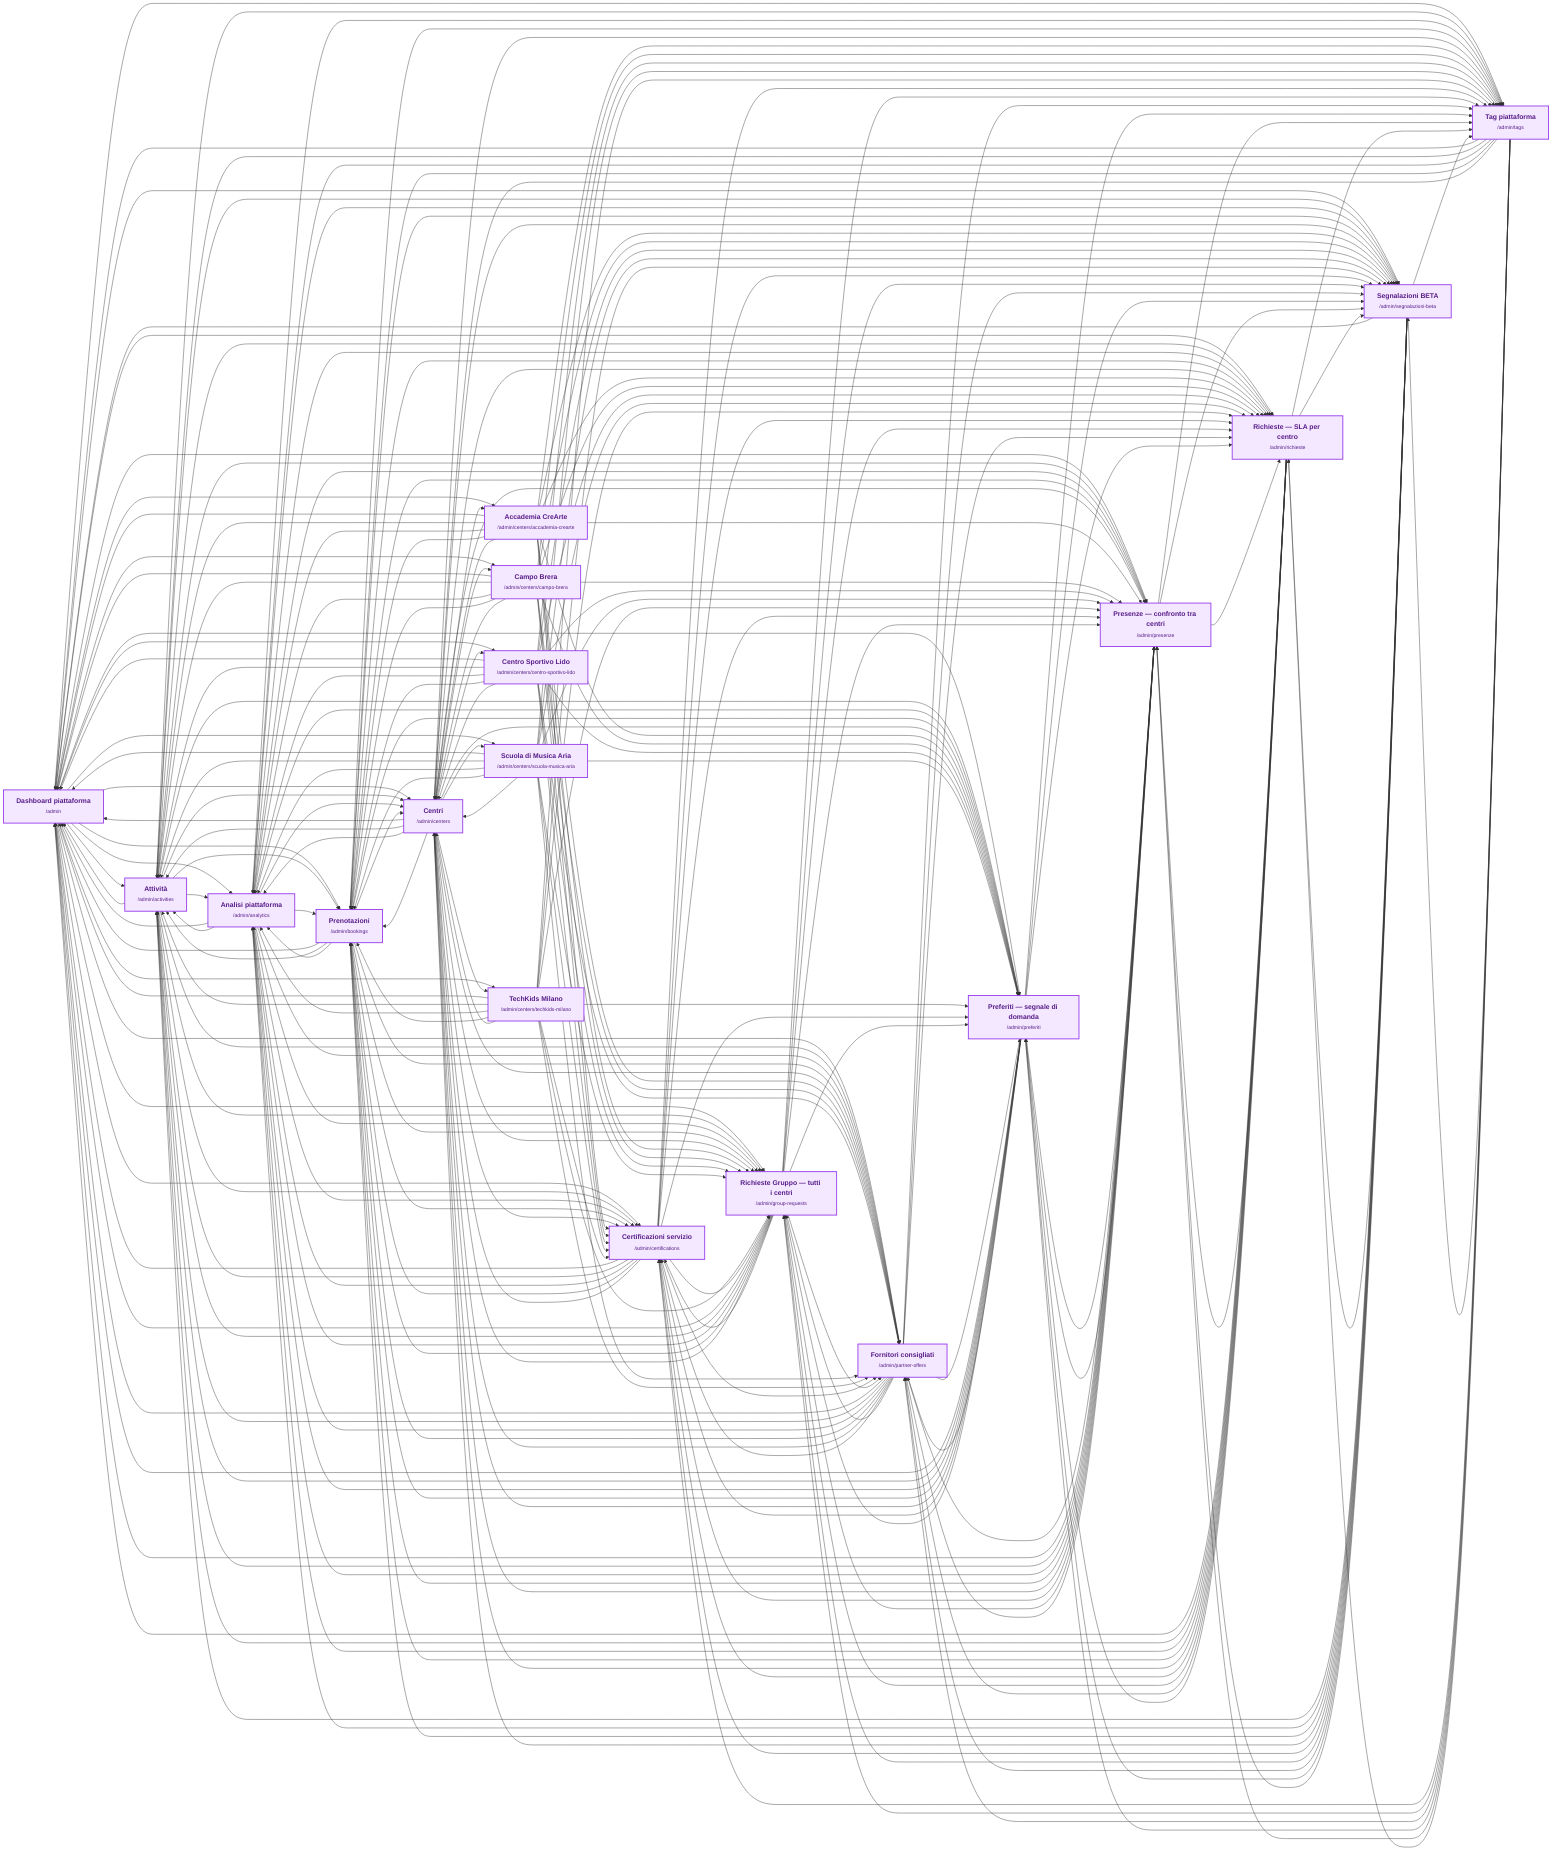
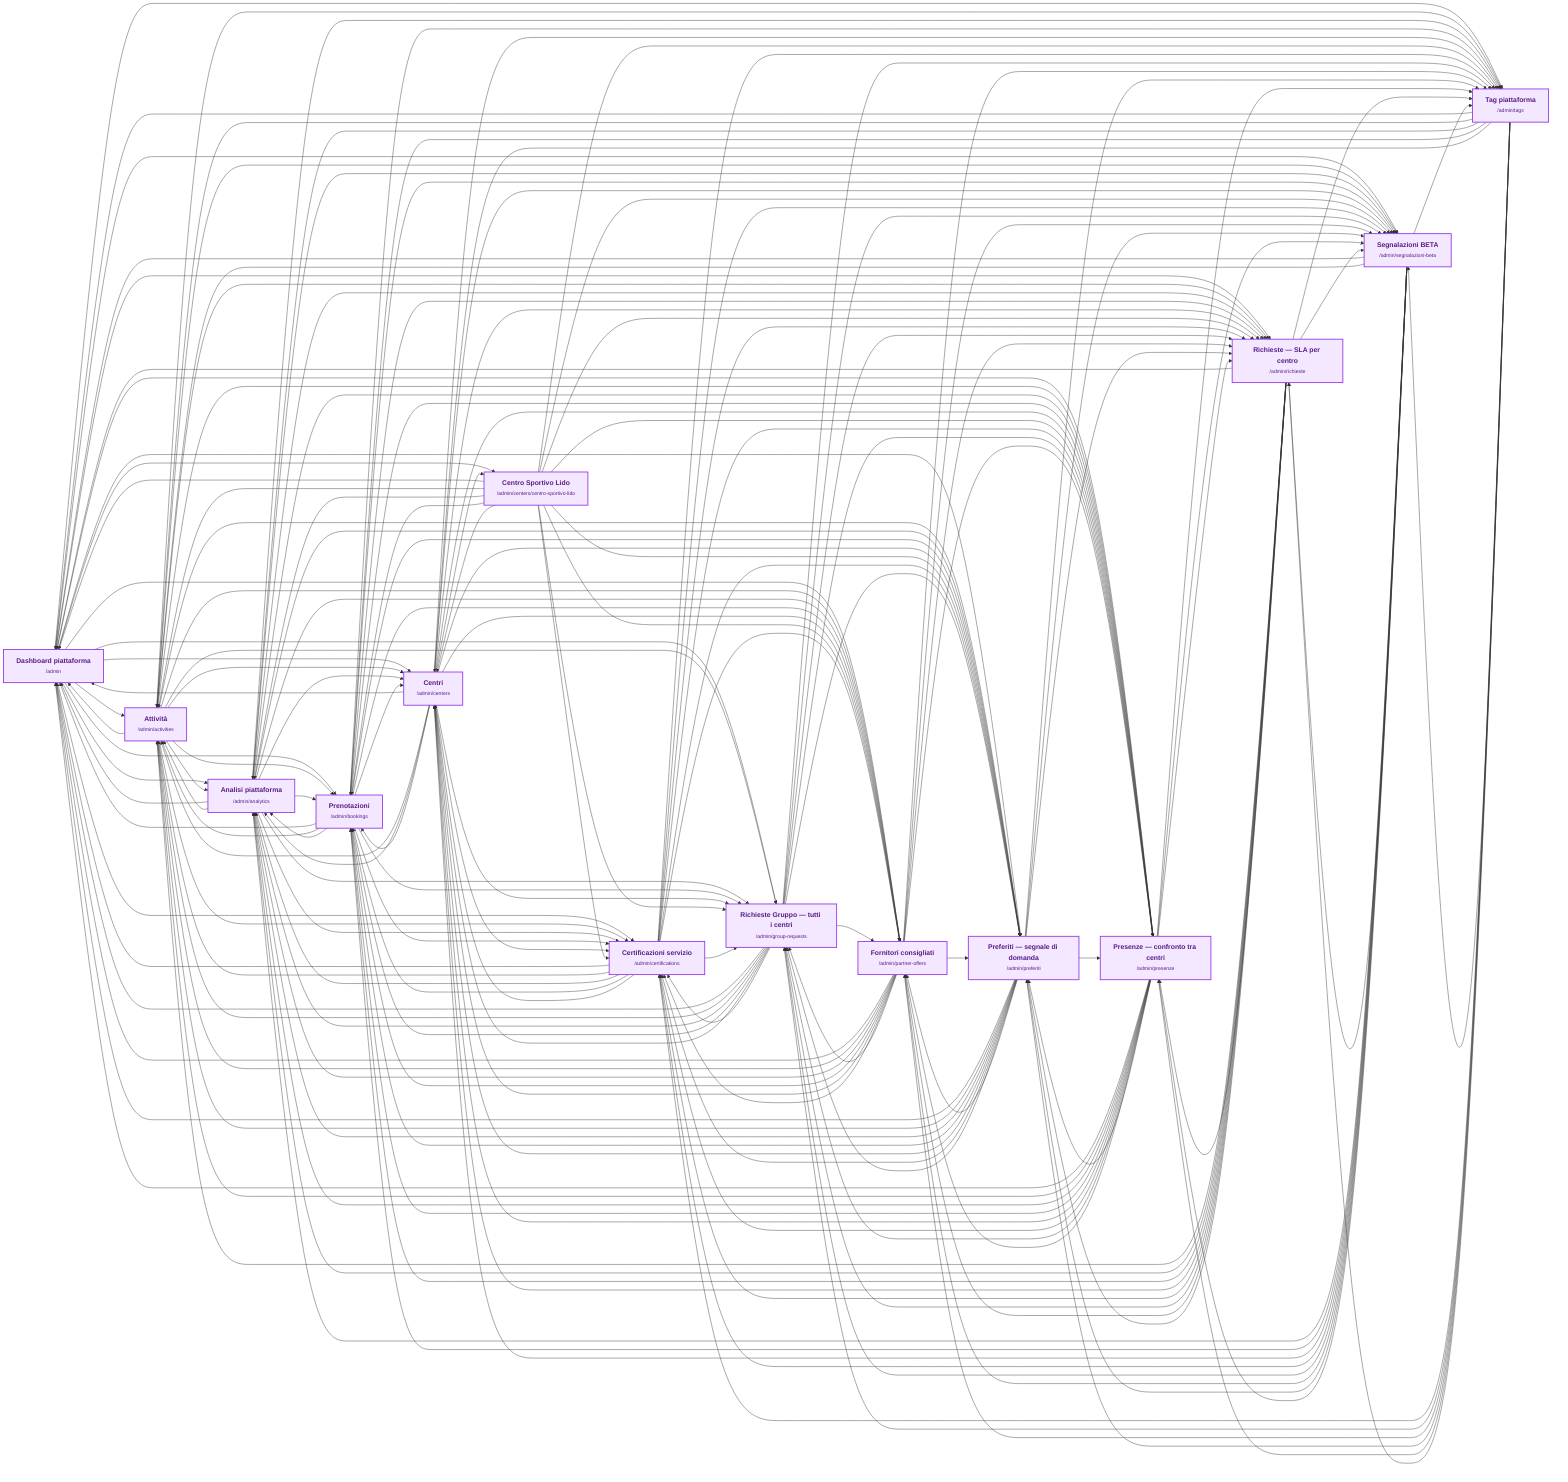
flowchart LR
  N0["<b>Dashboard piattaforma</b><br/><span style='font-size:12px'>/admin</span>"]:::admin
  N1["<b>Attività</b><br/><span style='font-size:12px'>/admin/activities</span>"]:::admin
  N2["<b>Analisi piattaforma</b><br/><span style='font-size:12px'>/admin/analytics</span>"]:::admin
  N3["<b>Prenotazioni</b><br/><span style='font-size:12px'>/admin/bookings</span>"]:::admin
  N4["<b>Centri</b><br/><span style='font-size:12px'>/admin/centers</span>"]:::admin
-   N5["<b>Accademia CreArte</b><br/><span style='font-size:12px'>/admin/centers/accademia-crearte</span>"]:::admin
-   N6["<b>Campo Brera</b><br/><span style='font-size:12px'>/admin/centers/campo-brera</span>"]:::admin
-   N7["<b>Centro Sportivo Lido</b><br/><span style='font-size:12px'>/admin/centers/centro-sportivo-lido</span>"]:::admin
-   N8["<b>Scuola di Musica Aria</b><br/><span style='font-size:12px'>/admin/centers/scuola-musica-aria</span>"]:::admin
-   N9["<b>TechKids Milano</b><br/><span style='font-size:12px'>/admin/centers/techkids-milano</span>"]:::admin
-   N10["<b>Certificazioni servizio</b><br/><span style='font-size:12px'>/admin/certifications</span>"]:::admin
-   N11["<b>Richieste Gruppo — tutti i centri</b><br/><span style='font-size:12px'>/admin/group-requests</span>"]:::admin
-   N12["<b>Fornitori consigliati</b><br/><span style='font-size:12px'>/admin/partner-offers</span>"]:::admin
-   N13["<b>Preferiti — segnale di domanda</b><br/><span style='font-size:12px'>/admin/preferiti</span>"]:::admin
-   N14["<b>Presenze — confronto tra centri</b><br/><span style='font-size:12px'>/admin/presenze</span>"]:::admin
-   N15["<b>Richieste — SLA per centro</b><br/><span style='font-size:12px'>/admin/richieste</span>"]:::admin
-   N16["<b>Segnalazioni BETA</b><br/><span style='font-size:12px'>/admin/segnalazioni-beta</span>"]:::admin
-   N17["<b>Tag piattaforma</b><br/><span style='font-size:12px'>/admin/tags</span>"]:::admin
+   N5["<b>Centro Sportivo Lido</b><br/><span style='font-size:12px'>/admin/centers/centro-sportivo-lido</span>"]:::admin
+   N6["<b>Certificazioni servizio</b><br/><span style='font-size:12px'>/admin/certifications</span>"]:::admin
+   N7["<b>Richieste Gruppo — tutti i centri</b><br/><span style='font-size:12px'>/admin/group-requests</span>"]:::admin
+   N8["<b>Fornitori consigliati</b><br/><span style='font-size:12px'>/admin/partner-offers</span>"]:::admin
+   N9["<b>Preferiti — segnale di domanda</b><br/><span style='font-size:12px'>/admin/preferiti</span>"]:::admin
+   N10["<b>Presenze — confronto tra centri</b><br/><span style='font-size:12px'>/admin/presenze</span>"]:::admin
+   N11["<b>Richieste — SLA per centro</b><br/><span style='font-size:12px'>/admin/richieste</span>"]:::admin
+   N12["<b>Segnalazioni BETA</b><br/><span style='font-size:12px'>/admin/segnalazioni-beta</span>"]:::admin
+   N13["<b>Tag piattaforma</b><br/><span style='font-size:12px'>/admin/tags</span>"]:::admin
  N0 --> N1
  N0 --> N2
  N0 --> N3
  N0 --> N4
  N0 --> N5
  N0 --> N6
  N0 --> N7
  N0 --> N8
  N0 --> N9
  N0 --> N10
  N0 --> N11
  N0 --> N12
  N0 --> N13
-   N0 --> N14
-   N0 --> N15
-   N0 --> N16
-   N0 --> N17
  N1 --> N0
  N1 --> N2
  N1 --> N3
  N1 --> N4
+   N1 --> N6
+   N1 --> N7
+   N1 --> N8
+   N1 --> N9
  N1 --> N10
  N1 --> N11
  N1 --> N12
  N1 --> N13
-   N1 --> N14
-   N1 --> N15
-   N1 --> N16
-   N1 --> N17
  N2 --> N0
  N2 --> N1
  N2 --> N3
  N2 --> N4
+   N2 --> N6
+   N2 --> N7
+   N2 --> N8
+   N2 --> N9
  N2 --> N10
  N2 --> N11
  N2 --> N12
  N2 --> N13
-   N2 --> N14
-   N2 --> N15
-   N2 --> N16
-   N2 --> N17
  N3 --> N0
  N3 --> N1
  N3 --> N2
  N3 --> N4
+   N3 --> N6
+   N3 --> N7
+   N3 --> N8
+   N3 --> N9
  N3 --> N10
  N3 --> N11
  N3 --> N12
  N3 --> N13
-   N3 --> N14
-   N3 --> N15
-   N3 --> N16
-   N3 --> N17
  N4 --> N0
  N4 --> N1
  N4 --> N2
  N4 --> N3
  N4 --> N5
  N4 --> N6
  N4 --> N7
  N4 --> N8
  N4 --> N9
  N4 --> N10
  N4 --> N11
  N4 --> N12
  N4 --> N13
-   N4 --> N14
-   N4 --> N15
-   N4 --> N16
-   N4 --> N17
  N5 --> N0
  N5 --> N1
  N5 --> N2
  N5 --> N3
  N5 --> N4
+   N5 --> N6
+   N5 --> N7
+   N5 --> N8
+   N5 --> N9
  N5 --> N10
  N5 --> N11
  N5 --> N12
  N5 --> N13
-   N5 --> N14
-   N5 --> N15
-   N5 --> N16
-   N5 --> N17
  N6 --> N0
  N6 --> N1
  N6 --> N2
  N6 --> N3
  N6 --> N4
+   N6 --> N7
+   N6 --> N8
+   N6 --> N9
  N6 --> N10
  N6 --> N11
  N6 --> N12
  N6 --> N13
-   N6 --> N14
-   N6 --> N15
-   N6 --> N16
-   N6 --> N17
  N7 --> N0
  N7 --> N1
  N7 --> N2
  N7 --> N3
  N7 --> N4
+   N7 --> N6
+   N7 --> N8
+   N7 --> N9
  N7 --> N10
  N7 --> N11
  N7 --> N12
  N7 --> N13
-   N7 --> N14
-   N7 --> N15
-   N7 --> N16
-   N7 --> N17
  N8 --> N0
  N8 --> N1
  N8 --> N2
  N8 --> N3
  N8 --> N4
+   N8 --> N6
+   N8 --> N7
+   N8 --> N9
  N8 --> N10
  N8 --> N11
  N8 --> N12
  N8 --> N13
-   N8 --> N14
-   N8 --> N15
-   N8 --> N16
-   N8 --> N17
  N9 --> N0
  N9 --> N1
  N9 --> N2
  N9 --> N3
  N9 --> N4
+   N9 --> N6
+   N9 --> N7
+   N9 --> N8
  N9 --> N10
  N9 --> N11
  N9 --> N12
  N9 --> N13
-   N9 --> N14
-   N9 --> N15
-   N9 --> N16
-   N9 --> N17
  N10 --> N0
  N10 --> N1
  N10 --> N2
  N10 --> N3
  N10 --> N4
+   N10 --> N6
+   N10 --> N7
+   N10 --> N8
+   N10 --> N9
  N10 --> N11
  N10 --> N12
  N10 --> N13
-   N10 --> N14
-   N10 --> N15
-   N10 --> N16
-   N10 --> N17
  N11 --> N0
  N11 --> N1
  N11 --> N2
  N11 --> N3
  N11 --> N4
+   N11 --> N6
+   N11 --> N7
+   N11 --> N8
+   N11 --> N9
  N11 --> N10
  N11 --> N12
  N11 --> N13
-   N11 --> N14
-   N11 --> N15
-   N11 --> N16
-   N11 --> N17
  N12 --> N0
  N12 --> N1
  N12 --> N2
  N12 --> N3
  N12 --> N4
+   N12 --> N6
+   N12 --> N7
+   N12 --> N8
+   N12 --> N9
  N12 --> N10
  N12 --> N11
  N12 --> N13
-   N12 --> N14
-   N12 --> N15
-   N12 --> N16
-   N12 --> N17
  N13 --> N0
  N13 --> N1
  N13 --> N2
  N13 --> N3
  N13 --> N4
+   N13 --> N6
+   N13 --> N7
+   N13 --> N8
+   N13 --> N9
  N13 --> N10
  N13 --> N11
  N13 --> N12
-   N13 --> N14
-   N13 --> N15
-   N13 --> N16
-   N13 --> N17
-   N14 --> N0
-   N14 --> N1
-   N14 --> N2
-   N14 --> N3
-   N14 --> N4
-   N14 --> N10
-   N14 --> N11
-   N14 --> N12
-   N14 --> N13
-   N14 --> N15
-   N14 --> N16
-   N14 --> N17
-   N15 --> N0
-   N15 --> N1
-   N15 --> N2
-   N15 --> N3
-   N15 --> N4
-   N15 --> N10
-   N15 --> N11
-   N15 --> N12
-   N15 --> N13
-   N15 --> N14
-   N15 --> N16
-   N15 --> N17
-   N16 --> N0
-   N16 --> N1
-   N16 --> N2
-   N16 --> N3
-   N16 --> N4
-   N16 --> N10
-   N16 --> N11
-   N16 --> N12
-   N16 --> N13
-   N16 --> N14
-   N16 --> N15
-   N16 --> N17
-   N17 --> N0
-   N17 --> N1
-   N17 --> N2
-   N17 --> N3
-   N17 --> N4
-   N17 --> N10
-   N17 --> N11
-   N17 --> N12
-   N17 --> N13
-   N17 --> N14
-   N17 --> N15
-   N17 --> N16
  click N0 "https://buddykids-app.vercel.app/admin" "Apri pagina" _blank
  click N1 "https://buddykids-app.vercel.app/admin/activities" "Apri pagina" _blank
  click N2 "https://buddykids-app.vercel.app/admin/analytics" "Apri pagina" _blank
  click N3 "https://buddykids-app.vercel.app/admin/bookings" "Apri pagina" _blank
  click N4 "https://buddykids-app.vercel.app/admin/centers" "Apri pagina" _blank
-   click N5 "https://buddykids-app.vercel.app/admin/centers/accademia-crearte" "Apri pagina" _blank
-   click N6 "https://buddykids-app.vercel.app/admin/centers/campo-brera" "Apri pagina" _blank
-   click N7 "https://buddykids-app.vercel.app/admin/centers/centro-sportivo-lido" "Apri pagina" _blank
-   click N8 "https://buddykids-app.vercel.app/admin/centers/scuola-musica-aria" "Apri pagina" _blank
-   click N9 "https://buddykids-app.vercel.app/admin/centers/techkids-milano" "Apri pagina" _blank
-   click N10 "https://buddykids-app.vercel.app/admin/certifications" "Apri pagina" _blank
-   click N11 "https://buddykids-app.vercel.app/admin/group-requests" "Apri pagina" _blank
-   click N12 "https://buddykids-app.vercel.app/admin/partner-offers" "Apri pagina" _blank
-   click N13 "https://buddykids-app.vercel.app/admin/preferiti" "Apri pagina" _blank
-   click N14 "https://buddykids-app.vercel.app/admin/presenze" "Apri pagina" _blank
-   click N15 "https://buddykids-app.vercel.app/admin/richieste" "Apri pagina" _blank
-   click N16 "https://buddykids-app.vercel.app/admin/segnalazioni-beta" "Apri pagina" _blank
-   click N17 "https://buddykids-app.vercel.app/admin/tags" "Apri pagina" _blank
+   click N5 "https://buddykids-app.vercel.app/admin/centers/centro-sportivo-lido" "Apri pagina" _blank
+   click N6 "https://buddykids-app.vercel.app/admin/certifications" "Apri pagina" _blank
+   click N7 "https://buddykids-app.vercel.app/admin/group-requests" "Apri pagina" _blank
+   click N8 "https://buddykids-app.vercel.app/admin/partner-offers" "Apri pagina" _blank
+   click N9 "https://buddykids-app.vercel.app/admin/preferiti" "Apri pagina" _blank
+   click N10 "https://buddykids-app.vercel.app/admin/presenze" "Apri pagina" _blank
+   click N11 "https://buddykids-app.vercel.app/admin/richieste" "Apri pagina" _blank
+   click N12 "https://buddykids-app.vercel.app/admin/segnalazioni-beta" "Apri pagina" _blank
+   click N13 "https://buddykids-app.vercel.app/admin/tags" "Apri pagina" _blank

  classDef nextgen fill:#dcfce7,stroke:#15803d,stroke-width:2px,color:#14532d;
  classDef legacy fill:#ffedd5,stroke:#ea580c,stroke-width:2px,color:#7c2d12;
  classDef partner fill:#dbeafe,stroke:#2563eb,stroke-width:2px,color:#1e3a8a;
  classDef admin fill:#f3e8ff,stroke:#9333ea,stroke-width:2px,color:#581c87;